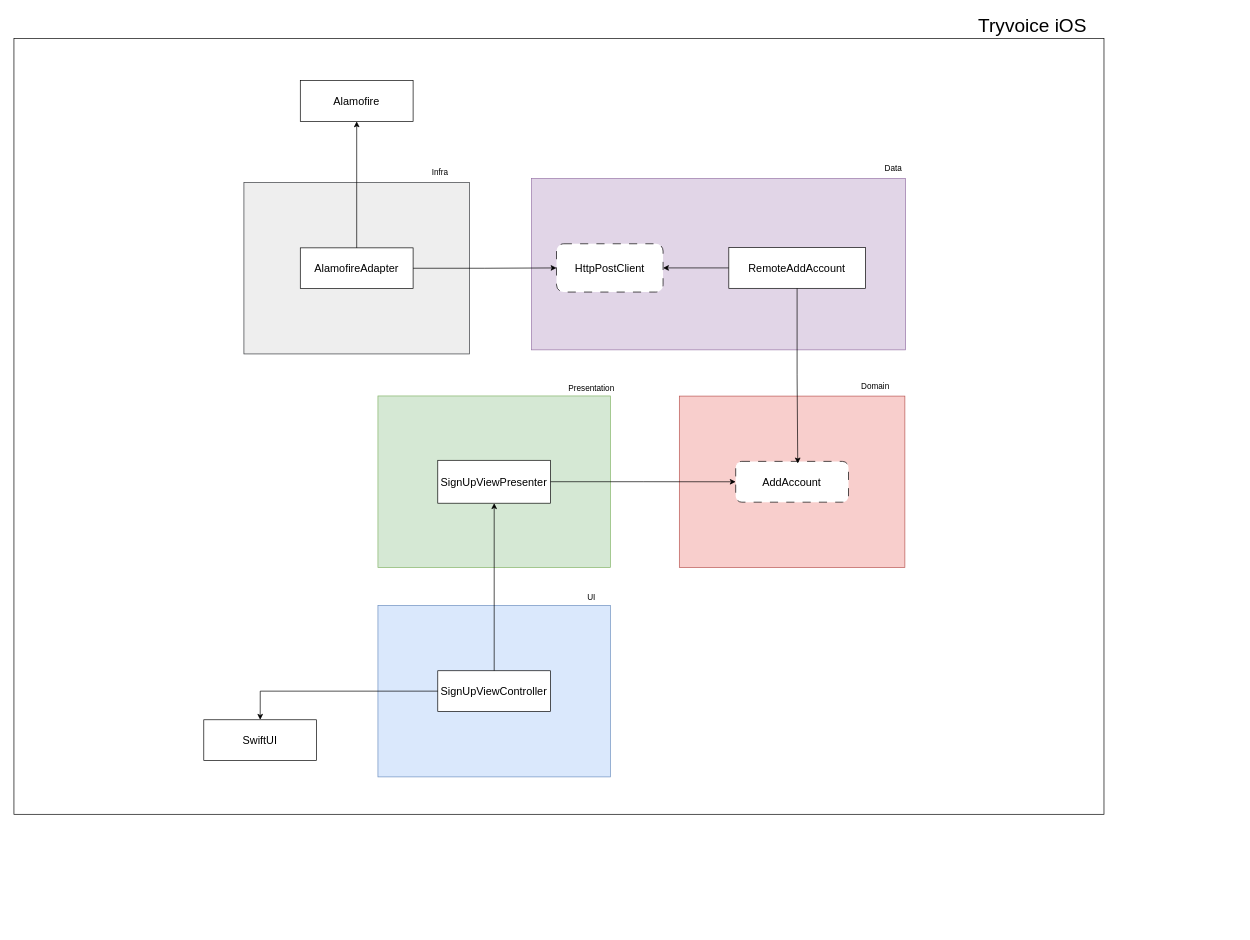
Above: TryvoiceEngine.drawio in CarlosDanielDev/example-git (draw.io), before the change. Source tidied: cells renumbered, new cells numbered last; positions are measured from the earlier drawing's top-left corner, leaving out a move shared by most shapes. Both pictures are drawn from the tidied source at 68%, with x=0, y=0 at pixel (14, 15).
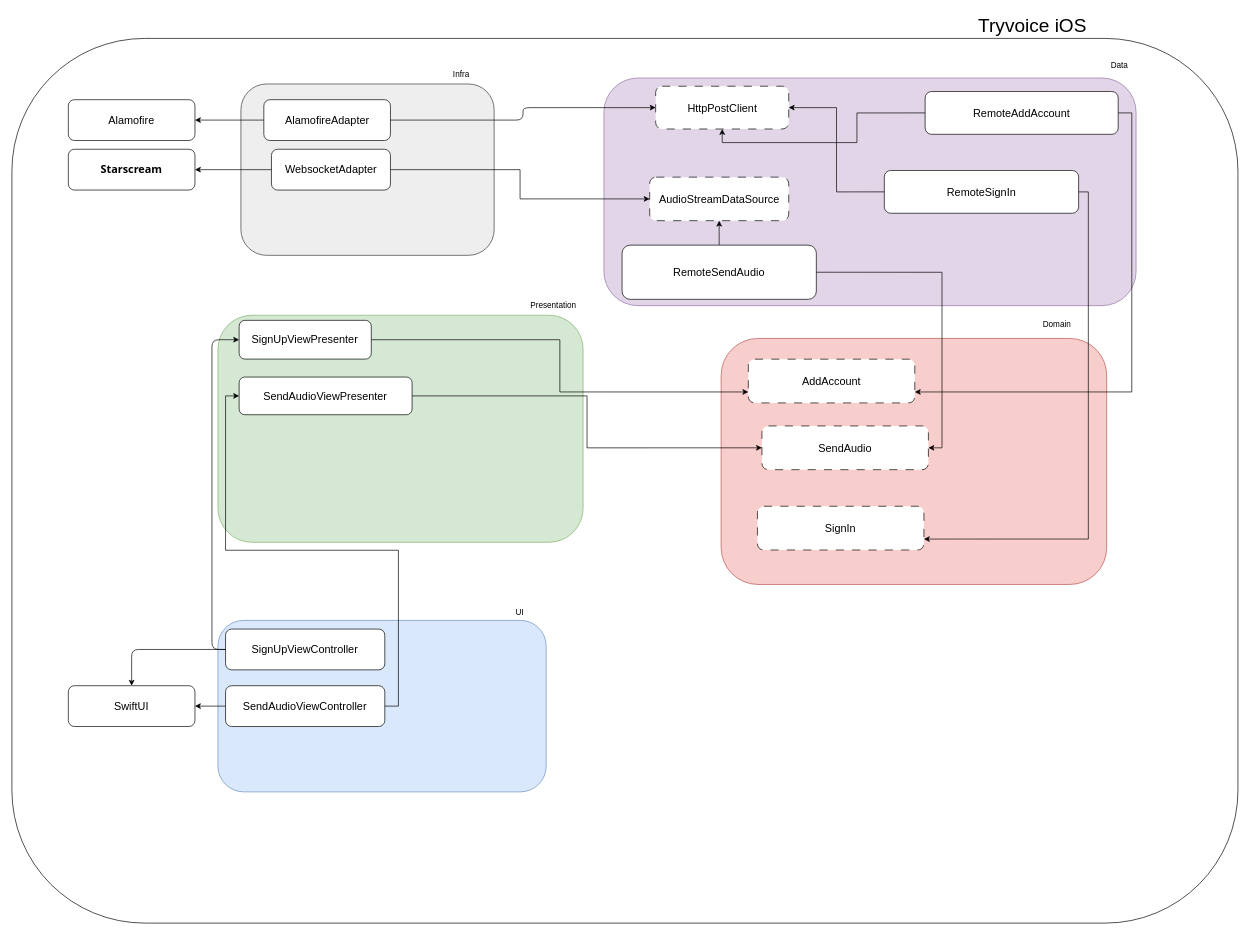
The same page after the edit.

Change to the diagram source:
```diff
@@
-    <mxCell id="2" style="rounded=0;whiteSpace=wrap;html=1;" parent="1" vertex="1">
-      <mxGeometry y="34" width="1603" height="1141" as="geometry" />
+    <mxCell id="2" style="rounded=1;whiteSpace=wrap;html=1;fillColor=#FFFFFF;" parent="1" vertex="1">
+      <mxGeometry x="-3" y="34" width="1803" height="1301" as="geometry" />
     </mxCell>
-    <mxCell id="3" style="group;" parent="1" vertex="1">
-      <mxGeometry y="27" width="1606" height="1317" as="geometry" />
+    <mxCell id="3" style="group;rounded=1;" parent="1" vertex="1">
+      <mxGeometry x="-3" y="-5" width="1803" height="1317" as="geometry" />
     </mxCell>
-    <mxCell id="4" style="group;" parent="3" vertex="1">
-      <mxGeometry x="535.3" y="806" width="341.8" height="287" as="geometry" />
+    <mxCell id="4" style="group;rounded=1;" parent="3" vertex="1">
+      <mxGeometry x="303" y="860" width="482.7" height="287" as="geometry" />
     </mxCell>
-    <mxCell id="5" style="rounded=0;whiteSpace=wrap;html=1;fillColor=#dae8fc;strokeColor=#6c8ebf;" parent="4" vertex="1">
-      <mxGeometry y="34.8" width="341.8" height="252.2" as="geometry" />
+    <mxCell id="5" style="rounded=1;whiteSpace=wrap;html=1;fillColor=#dae8fc;strokeColor=#6c8ebf;" parent="4" vertex="1">
+      <mxGeometry y="34.8" width="482.7" height="252.2" as="geometry" />
     </mxCell>
-    <mxCell id="6" value="UI" style="text;html=1;strokeColor=none;fillColor=none;align=center;verticalAlign=middle;whiteSpace=wrap;rounded=0;" parent="4" vertex="1">
-      <mxGeometry x="286.6" width="55.3" height="47.6" as="geometry" />
+    <mxCell id="6" value="UI" style="text;html=1;strokeColor=none;fillColor=none;align=center;verticalAlign=middle;whiteSpace=wrap;rounded=1;" parent="4" vertex="1">
+      <mxGeometry x="404.7" width="78.1" height="47.6" as="geometry" />
     </mxCell>
-    <mxCell id="7" value="SignUpViewController" style="rounded=0;whiteSpace=wrap;html=1;fontSize=16;spacing=2;" parent="4" vertex="1">
-      <mxGeometry x="88" y="130.9" width="165.9" height="60" as="geometry" />
+    <mxCell id="7" value="SignUpViewController" style="rounded=1;whiteSpace=wrap;html=1;fontSize=16;spacing=2;" parent="4" vertex="1">
+      <mxGeometry x="11.2" y="47.6" width="234.2" height="60" as="geometry" />
     </mxCell>
+    <mxCell id="35" value="SendAudioViewController" style="rounded=1;whiteSpace=wrap;html=1;fontSize=16;spacing=2;" parent="4" vertex="1">
+      <mxGeometry x="11.2" y="130.9" width="234.2" height="60" as="geometry" />
+    </mxCell>
-    <mxCell id="8" style="group;" parent="3" vertex="1">
-      <mxGeometry x="535.3" y="498" width="341.8" height="287" as="geometry" />
+    <mxCell id="8" style="group;rounded=1;" parent="3" vertex="1">
+      <mxGeometry x="303" y="400" width="537" height="380" as="geometry" />
     </mxCell>
-    <mxCell id="9" style="rounded=0;whiteSpace=wrap;html=1;fillColor=#d5e8d4;strokeColor=#82b366;" parent="8" vertex="1">
-      <mxGeometry y="34.8" width="341.8" height="252.2" as="geometry" />
+    <mxCell id="9" style="rounded=1;whiteSpace=wrap;html=1;fillColor=#d5e8d4;strokeColor=#82b366;" parent="8" vertex="1">
+      <mxGeometry y="46.1" width="537" height="333.9" as="geometry" />
     </mxCell>
-    <mxCell id="10" value="Presentation" style="text;html=1;strokeColor=none;fillColor=none;align=center;verticalAlign=middle;whiteSpace=wrap;rounded=0;" parent="8" vertex="1">
-      <mxGeometry x="286.6" width="55.3" height="47.6" as="geometry" />
+    <mxCell id="10" value="Presentation" style="text;html=1;strokeColor=none;fillColor=none;align=center;verticalAlign=middle;whiteSpace=wrap;rounded=1;" parent="8" vertex="1">
+      <mxGeometry x="450.2" width="86.8" height="63" as="geometry" />
     </mxCell>
-    <mxCell id="11" value="SignUpViewPresenter" style="rounded=0;whiteSpace=wrap;html=1;fontSize=16;spacing=2;" parent="8" vertex="1">
-      <mxGeometry x="88" y="129.4" width="165.9" height="63.1" as="geometry" />
+    <mxCell id="11" value="SignUpViewPresenter" style="rounded=1;whiteSpace=wrap;html=1;fontSize=16;spacing=2;" parent="8" vertex="1">
+      <mxGeometry x="31.2" y="53.6" width="194.3" height="57" as="geometry" />
     </mxCell>
+    <mxCell id="36" value="SendAudioViewPresenter" style="rounded=1;whiteSpace=wrap;html=1;fontSize=16;spacing=2;" parent="8" vertex="1">
+      <mxGeometry x="31.2" y="137" width="254.3" height="55.4" as="geometry" />
+    </mxCell>
-    <mxCell id="12" style="group;" parent="3" vertex="1">
-      <mxGeometry x="978.5" y="505" width="331.7" height="280" as="geometry" />
+    <mxCell id="12" style="group;rounded=1;" parent="3" vertex="1">
+      <mxGeometry x="1043" y="440" width="567" height="402" as="geometry" />
     </mxCell>
-    <mxCell id="13" style="rounded=0;whiteSpace=wrap;html=1;fillColor=#f8cecc;strokeColor=#b85450;" parent="12" vertex="1">
-      <mxGeometry y="28" width="331.7" height="252" as="geometry" />
+    <mxCell id="13" style="rounded=1;whiteSpace=wrap;html=1;fillColor=#f8cecc;strokeColor=#b85450;" parent="12" vertex="1">
+      <mxGeometry y="40.2" width="567" height="361.8" as="geometry" />
     </mxCell>
-    <mxCell id="14" value="Domain" style="text;html=1;strokeColor=none;fillColor=none;align=center;verticalAlign=middle;whiteSpace=wrap;rounded=0;" parent="12" vertex="1">
-      <mxGeometry x="256.8" width="64.2" height="28" as="geometry" />
+    <mxCell id="14" value="Domain" style="text;html=1;strokeColor=none;fillColor=none;align=center;verticalAlign=middle;whiteSpace=wrap;rounded=1;" parent="12" vertex="1">
+      <mxGeometry x="439" width="109.7" height="40.2" as="geometry" />
     </mxCell>
+    <mxCell id="37" value="SendAudio" style="rounded=1;whiteSpace=wrap;html=1;fontSize=16;spacing=2;dashed=1;dashPattern=12 12;" parent="12" vertex="1">
+      <mxGeometry x="60" y="168.9" width="244.8" height="64.3" as="geometry" />
+    </mxCell>
     <mxCell id="15" value="AddAccount" style="rounded=1;whiteSpace=wrap;html=1;fontSize=16;spacing=2;dashed=1;dashPattern=12 12;" parent="12" vertex="1">
-      <mxGeometry x="82.9" y="124" width="165.9" height="60" as="geometry" />
+      <mxGeometry x="40" y="70.7" width="244.8" height="64.3" as="geometry" />
     </mxCell>
+    <mxCell id="38" value="SignIn" style="rounded=1;whiteSpace=wrap;html=1;fontSize=16;spacing=2;dashed=1;dashPattern=12 12;" parent="12" vertex="1">
+      <mxGeometry x="53.4" y="287" width="244.8" height="64.3" as="geometry" />
+    </mxCell>
-    <mxCell id="16" style="edgeStyle=orthogonalEdgeStyle;rounded=0;jettySize=auto;html=1;entryX=0.5;entryY=0;entryDx=0;entryDy=0;" parent="3" edge="1" source="7" target="17">
+    <mxCell id="16" style="edgeStyle=orthogonalEdgeStyle;rounded=1;jettySize=auto;html=1;entryX=0.5;entryY=0;entryDx=0;entryDy=0;" parent="3" edge="1" source="7" target="17">
       <mxGeometry relative="1" as="geometry" />
     </mxCell>
-    <mxCell id="17" value="SwiftUI" style="rounded=0;whiteSpace=wrap;html=1;fontSize=16;spacing=2;" parent="3" vertex="1">
-      <mxGeometry x="279.2" y="1009" width="165.9" height="60" as="geometry" />
+    <mxCell id="17" value="SwiftUI" style="rounded=1;whiteSpace=wrap;html=1;fontSize=16;spacing=2;" parent="3" vertex="1">
+      <mxGeometry x="83" y="990.9" width="186.2" height="60" as="geometry" />
     </mxCell>
-    <mxCell id="18" style="edgeStyle=orthogonalEdgeStyle;rounded=0;jettySize=auto;html=1;entryX=0;entryY=0.5;entryDx=0;entryDy=0;" parent="3" edge="1" source="11" target="15">
-      <mxGeometry relative="1" as="geometry" />
-    </mxCell>
-    <mxCell id="19" style="edgeStyle=orthogonalEdgeStyle;rounded=0;jettySize=auto;html=1;" parent="3" edge="1" source="7" target="11">
+    <mxCell id="19" style="edgeStyle=orthogonalEdgeStyle;rounded=1;jettySize=auto;html=1;exitX=0;exitY=0.5;exitDx=0;exitDy=0;entryX=0;entryY=0.5;entryDx=0;entryDy=0;" parent="3" edge="1" source="7" target="11">
       <mxGeometry relative="1" as="geometry" />
     </mxCell>
-    <mxCell id="20" style="group;dashed=1;dashPattern=12 12;" parent="3" vertex="1">
-      <mxGeometry x="762.9" y="185" width="550.1" height="280" as="geometry" />
+    <mxCell id="20" style="group;dashed=1;dashPattern=12 12;rounded=1;" parent="3" vertex="1">
+      <mxGeometry x="873" y="60" width="782.6" height="372" as="geometry" />
     </mxCell>
-    <mxCell id="21" style="rounded=0;whiteSpace=wrap;html=1;fillColor=#e1d5e7;strokeColor=#9673a6;" parent="20" vertex="1">
-      <mxGeometry x="-1.7" y="28" width="550.1" height="252" as="geometry" />
+    <mxCell id="21" style="rounded=1;whiteSpace=wrap;html=1;fillColor=#e1d5e7;strokeColor=#9673a6;" parent="20" vertex="1">
+      <mxGeometry x="-2.4" y="37.2" width="782.6" height="334.8" as="geometry" />
     </mxCell>
-    <mxCell id="22" value="Data" style="text;html=1;strokeColor=none;fillColor=none;align=center;verticalAlign=middle;whiteSpace=wrap;rounded=0;" parent="20" vertex="1">
-      <mxGeometry x="513.5" width="34.9" height="28" as="geometry" />
+    <mxCell id="22" value="Data" style="text;html=1;strokeColor=none;fillColor=none;align=center;verticalAlign=middle;whiteSpace=wrap;rounded=1;" parent="20" vertex="1">
+      <mxGeometry x="730.5" width="49.7" height="37.2" as="geometry" />
     </mxCell>
-    <mxCell id="23" style="edgeStyle=orthogonalEdgeStyle;rounded=0;jettySize=auto;html=1;exitX=0;exitY=0.5;exitDx=0;exitDy=0;" parent="20" edge="1" source="24" target="25">
+    <mxCell id="23" style="edgeStyle=orthogonalEdgeStyle;rounded=0;hachureGap=4;jettySize=auto;html=1;exitX=0;exitY=0.5;exitDx=0;exitDy=0;entryX=0.5;entryY=1;entryDx=0;entryDy=0;fontFamily=Architects Daughter;fontSize=16;" parent="20" edge="1" source="24" target="25">
       <mxGeometry relative="1" as="geometry" />
     </mxCell>
-    <mxCell id="24" value="RemoteAddAccount" style="rounded=0;whiteSpace=wrap;html=1;fontSize=16;spacing=2;" parent="20" vertex="1">
-      <mxGeometry x="288.4" y="129.5" width="200.8" height="60" as="geometry" />
+    <mxCell id="24" value="RemoteAddAccount" style="rounded=1;whiteSpace=wrap;html=1;fontSize=16;spacing=2;" parent="20" vertex="1">
+      <mxGeometry x="470" y="57.1" width="283.9" height="62.9" as="geometry" />
     </mxCell>
     <mxCell id="25" value="HttpPostClient" style="rounded=1;whiteSpace=wrap;html=1;fontSize=16;spacing=2;dashed=1;dashPattern=12 12;" parent="20" vertex="1">
-      <mxGeometry x="35" y="124" width="156.7" height="71" as="geometry" />
+      <mxGeometry x="73.7" y="49.3" width="195.7" height="62.9" as="geometry" />
     </mxCell>
-    <mxCell id="26" style="edgeStyle=orthogonalEdgeStyle;rounded=0;jettySize=auto;html=1;exitX=0.5;exitY=1;exitDx=0;exitDy=0;entryX=0.55;entryY=0.05;entryDx=0;entryDy=0;entryPerimeter=0;" parent="3" edge="1" source="24" target="15">
-      <mxGeometry relative="1" as="geometry" />
-    </mxCell>
+    <mxCell id="39" value="AudioStreamDataSource" style="rounded=1;whiteSpace=wrap;html=1;fontSize=16;spacing=2;dashed=1;dashPattern=12 12;" parent="20" vertex="1">
+      <mxGeometry x="64.9" y="183" width="204.5" height="64" as="geometry" />
+    </mxCell>
+    <mxCell id="40" style="edgeStyle=orthogonalEdgeStyle;rounded=0;hachureGap=4;jettySize=auto;html=1;fontFamily=Architects Daughter;fontSize=16;" parent="20" edge="1" source="41" target="39">
+      <mxGeometry relative="1" as="geometry" />
+    </mxCell>
+    <mxCell id="41" value="RemoteSendAudio" style="rounded=1;whiteSpace=wrap;html=1;fontSize=16;spacing=2;" parent="20" vertex="1">
+      <mxGeometry x="24.3" y="283" width="285.7" height="79.7" as="geometry" />
+    </mxCell>
+    <mxCell id="42" style="edgeStyle=orthogonalEdgeStyle;rounded=0;hachureGap=4;jettySize=auto;html=1;exitX=0;exitY=0.5;exitDx=0;exitDy=0;entryX=1;entryY=0.5;entryDx=0;entryDy=0;fontFamily=Architects Daughter;fontSize=16;" parent="20" edge="1" source="43" target="25">
+      <mxGeometry relative="1" as="geometry" />
+    </mxCell>
+    <mxCell id="43" value="RemoteSignIn" style="rounded=1;whiteSpace=wrap;html=1;fontSize=16;spacing=2;" parent="20" vertex="1">
+      <mxGeometry x="410" y="173.2" width="285.7" height="62.9" as="geometry" />
+    </mxCell>
-    <mxCell id="27" style="group;" parent="3" vertex="1">
-      <mxGeometry x="338.2" y="191" width="331.7" height="280" as="geometry" />
+    <mxCell id="27" style="group;rounded=1;" parent="3" vertex="1">
+      <mxGeometry x="336.8" y="78" width="372.4" height="280" as="geometry" />
     </mxCell>
-    <mxCell id="28" style="rounded=0;whiteSpace=wrap;html=1;fillColor=#eeeeee;strokeColor=#36393d;" parent="27" vertex="1">
-      <mxGeometry y="28" width="331.7" height="252" as="geometry" />
+    <mxCell id="28" style="rounded=1;whiteSpace=wrap;html=1;fillColor=#eeeeee;strokeColor=#36393d;" parent="27" vertex="1">
+      <mxGeometry y="28" width="372.4" height="252" as="geometry" />
     </mxCell>
-    <mxCell id="29" value="Infra" style="text;html=1;strokeColor=none;fillColor=none;align=center;verticalAlign=middle;whiteSpace=wrap;rounded=0;" parent="27" vertex="1">
-      <mxGeometry x="256.8" width="64.2" height="28" as="geometry" />
+    <mxCell id="29" value="Infra" style="text;html=1;strokeColor=none;fillColor=none;align=center;verticalAlign=middle;whiteSpace=wrap;rounded=1;" parent="27" vertex="1">
+      <mxGeometry x="288.3" width="72.1" height="28" as="geometry" />
     </mxCell>
-    <mxCell id="30" value="AlamofireAdapter" style="rounded=0;whiteSpace=wrap;html=1;fontSize=16;spacing=2;" parent="27" vertex="1">
-      <mxGeometry x="82.9" y="124" width="165.9" height="60" as="geometry" />
+    <mxCell id="30" value="AlamofireAdapter" style="rounded=1;whiteSpace=wrap;html=1;fontSize=16;spacing=2;" parent="27" vertex="1">
+      <mxGeometry x="33.7" y="51.1" width="186.2" height="60" as="geometry" />
     </mxCell>
+    <mxCell id="44" value="WebsocketAdapter" style="rounded=1;whiteSpace=wrap;html=1;fontSize=16;spacing=2;" parent="27" vertex="1">
+      <mxGeometry x="44.9" y="124" width="175" height="60" as="geometry" />
+    </mxCell>
-    <mxCell id="31" value="Alamofire" style="rounded=0;whiteSpace=wrap;html=1;fontSize=16;spacing=2;" parent="3" vertex="1">
-      <mxGeometry x="421.1" y="69" width="165.9" height="60" as="geometry" />
+    <mxCell id="31" value="Alamofire" style="rounded=1;whiteSpace=wrap;html=1;fontSize=16;spacing=2;" parent="3" vertex="1">
+      <mxGeometry x="83" y="129.1" width="186.2" height="60" as="geometry" />
     </mxCell>
-    <mxCell id="32" style="edgeStyle=orthogonalEdgeStyle;rounded=0;jettySize=auto;html=1;exitX=0.5;exitY=0;exitDx=0;exitDy=0;entryX=0.5;entryY=1;entryDx=0;entryDy=0;" parent="3" edge="1" source="30" target="31">
+    <mxCell id="32" style="edgeStyle=orthogonalEdgeStyle;rounded=1;jettySize=auto;html=1;exitX=0;exitY=0.5;exitDx=0;exitDy=0;entryX=1;entryY=0.5;entryDx=0;entryDy=0;" parent="3" edge="1" source="30" target="31">
       <mxGeometry relative="1" as="geometry" />
     </mxCell>
-    <mxCell id="33" style="edgeStyle=orthogonalEdgeStyle;rounded=0;jettySize=auto;html=1;entryX=0;entryY=0.5;entryDx=0;entryDy=0;" parent="3" edge="1" source="30" target="25">
+    <mxCell id="33" style="edgeStyle=orthogonalEdgeStyle;rounded=1;jettySize=auto;html=1;entryX=0;entryY=0.5;entryDx=0;entryDy=0;" parent="3" edge="1" source="30" target="25">
       <mxGeometry relative="1" as="geometry" />
     </mxCell>
+    <mxCell id="45" style="edgeStyle=orthogonalEdgeStyle;rounded=0;hachureGap=4;jettySize=auto;html=1;exitX=1;exitY=0.5;exitDx=0;exitDy=0;entryX=0;entryY=0.5;entryDx=0;entryDy=0;fontFamily=Architects Daughter;fontSize=16;" parent="3" edge="1" source="44" target="39">
+      <mxGeometry relative="1" as="geometry" />
+    </mxCell>
+    <mxCell id="26" style="edgeStyle=orthogonalEdgeStyle;rounded=0;hachureGap=4;jettySize=auto;html=1;fontFamily=Architects Daughter;fontSize=16;entryX=1;entryY=0.75;entryDx=0;entryDy=0;exitX=1;exitY=0.5;exitDx=0;exitDy=0;" parent="3" edge="1" source="24" target="15">
+      <mxGeometry relative="1" as="geometry" />
+    </mxCell>
+    <mxCell id="46" style="edgeStyle=orthogonalEdgeStyle;rounded=0;hachureGap=4;jettySize=auto;html=1;exitX=1;exitY=0.5;exitDx=0;exitDy=0;fontFamily=Architects Daughter;fontSize=16;entryX=1;entryY=0.5;entryDx=0;entryDy=0;" parent="3" edge="1" source="41" target="37">
+      <mxGeometry relative="1" as="geometry" />
+    </mxCell>
+    <mxCell id="47" style="edgeStyle=orthogonalEdgeStyle;rounded=0;hachureGap=4;jettySize=auto;html=1;fontFamily=Architects Daughter;fontSize=16;entryX=0;entryY=0.5;entryDx=0;entryDy=0;" parent="3" edge="1" source="36" target="37">
+      <mxGeometry relative="1" as="geometry" />
+    </mxCell>
+    <mxCell id="48" style="edgeStyle=orthogonalEdgeStyle;rounded=0;hachureGap=4;jettySize=auto;html=1;entryX=0;entryY=0.5;entryDx=0;entryDy=0;fontFamily=Architects Daughter;fontSize=16;exitX=1;exitY=0.5;exitDx=0;exitDy=0;" parent="3" edge="1" source="35" target="36">
+      <mxGeometry relative="1" as="geometry" />
+    </mxCell>
+    <mxCell id="49" style="edgeStyle=orthogonalEdgeStyle;rounded=0;hachureGap=4;jettySize=auto;html=1;fontFamily=Architects Daughter;fontSize=16;" parent="3" edge="1" source="35" target="17">
+      <mxGeometry relative="1" as="geometry" />
+    </mxCell>
+    <mxCell id="50" value="&lt;strong style=&quot;text-align: start; border: 0px solid rgb(217, 217, 227); box-sizing: border-box; font-family: Söhne, ui-sans-serif, system-ui, -apple-system, &amp;quot;Segoe UI&amp;quot;, Roboto, Ubuntu, Cantarell, &amp;quot;Noto Sans&amp;quot;, sans-serif, &amp;quot;Helvetica Neue&amp;quot;, Arial, &amp;quot;Apple Color Emoji&amp;quot;, &amp;quot;Segoe UI Emoji&amp;quot;, &amp;quot;Segoe UI Symbol&amp;quot;, &amp;quot;Noto Color Emoji&amp;quot;;&quot;&gt;Starscream&lt;/strong&gt;" style="rounded=1;whiteSpace=wrap;html=1;fontSize=16;spacing=2;" parent="3" vertex="1">
+      <mxGeometry x="83" y="202" width="186.2" height="60" as="geometry" />
+    </mxCell>
+    <mxCell id="51" style="edgeStyle=orthogonalEdgeStyle;rounded=0;hachureGap=4;jettySize=auto;html=1;entryX=1;entryY=0.5;entryDx=0;entryDy=0;fontFamily=Architects Daughter;fontSize=16;" parent="3" edge="1" source="44" target="50">
+      <mxGeometry relative="1" as="geometry" />
+    </mxCell>
+    <mxCell id="18" style="edgeStyle=orthogonalEdgeStyle;rounded=0;hachureGap=4;jettySize=auto;html=1;fontFamily=Architects Daughter;fontSize=16;entryX=0;entryY=0.75;entryDx=0;entryDy=0;" parent="3" edge="1" source="11" target="15">
+      <mxGeometry relative="1" as="geometry" />
+    </mxCell>
+    <mxCell id="52" style="edgeStyle=orthogonalEdgeStyle;rounded=0;hachureGap=4;jettySize=auto;html=1;entryX=1;entryY=0.75;entryDx=0;entryDy=0;fontFamily=Architects Daughter;fontSize=16;" parent="3" edge="1" source="43" target="38">
+      <mxGeometry relative="1" as="geometry">
+        <Array as="points">
+          <mxPoint x="1583" y="775" />
+        </Array>
+      </mxGeometry>
+    </mxCell>
-    <mxCell id="34" value="Tryvoice iOS" style="text;html=1;strokeColor=none;fillColor=none;align=center;verticalAlign=middle;whiteSpace=wrap;rounded=0;fontSize=28;" parent="1" vertex="1">
+    <mxCell id="34" value="Tryvoice iOS" style="text;html=1;strokeColor=none;fillColor=none;align=center;verticalAlign=middle;whiteSpace=wrap;rounded=1;fontSize=28;" parent="1" vertex="1">
       <mxGeometry x="1393" width="210" height="30" as="geometry" />
     </mxCell>
```
